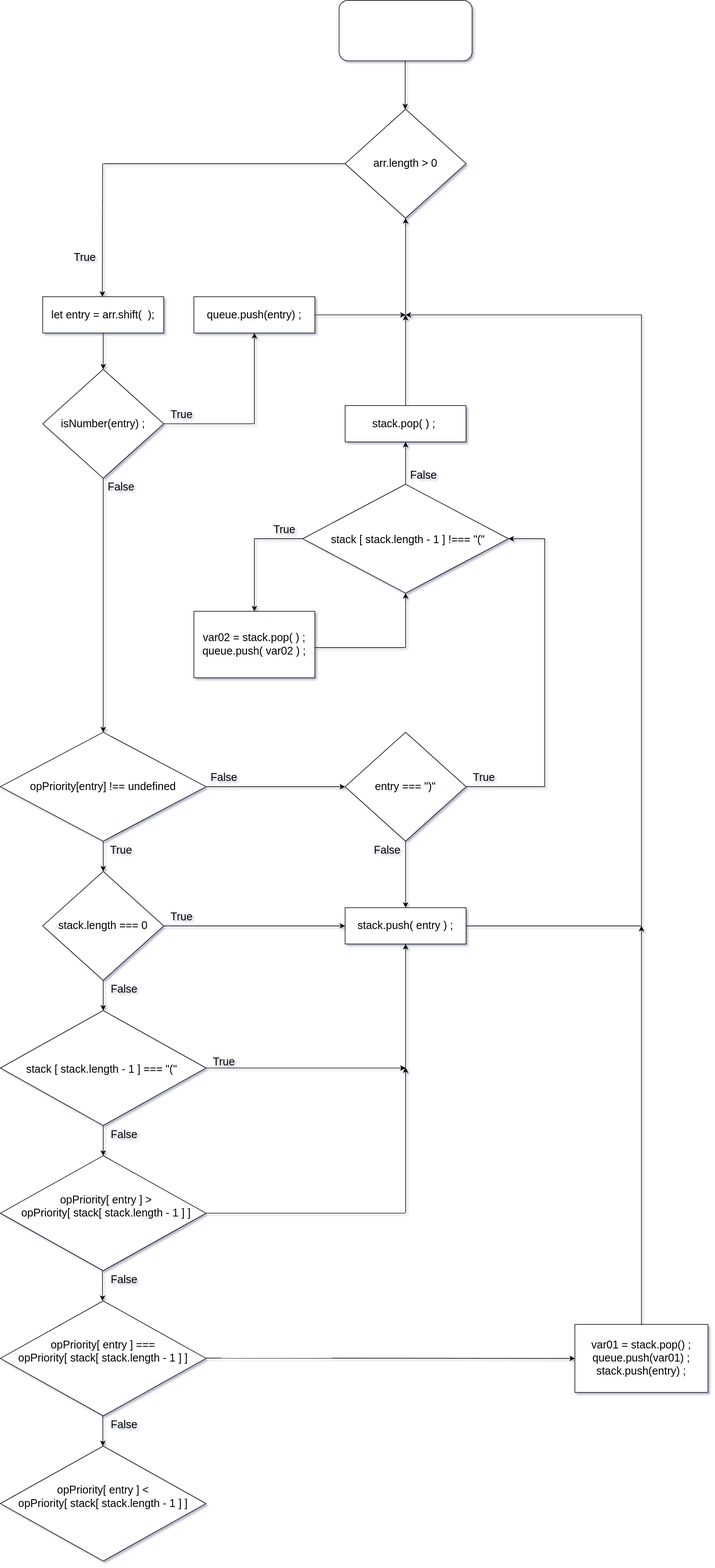
This is Untitled Diagram.drawio.svg from jcgm3205/jcgm3205, a draw.io export, as it was before one commit. Source tidied: cells renumbered, new cells last; positions are measured from the earlier drawing's top-left corner, leaving out a move shared by most shapes.
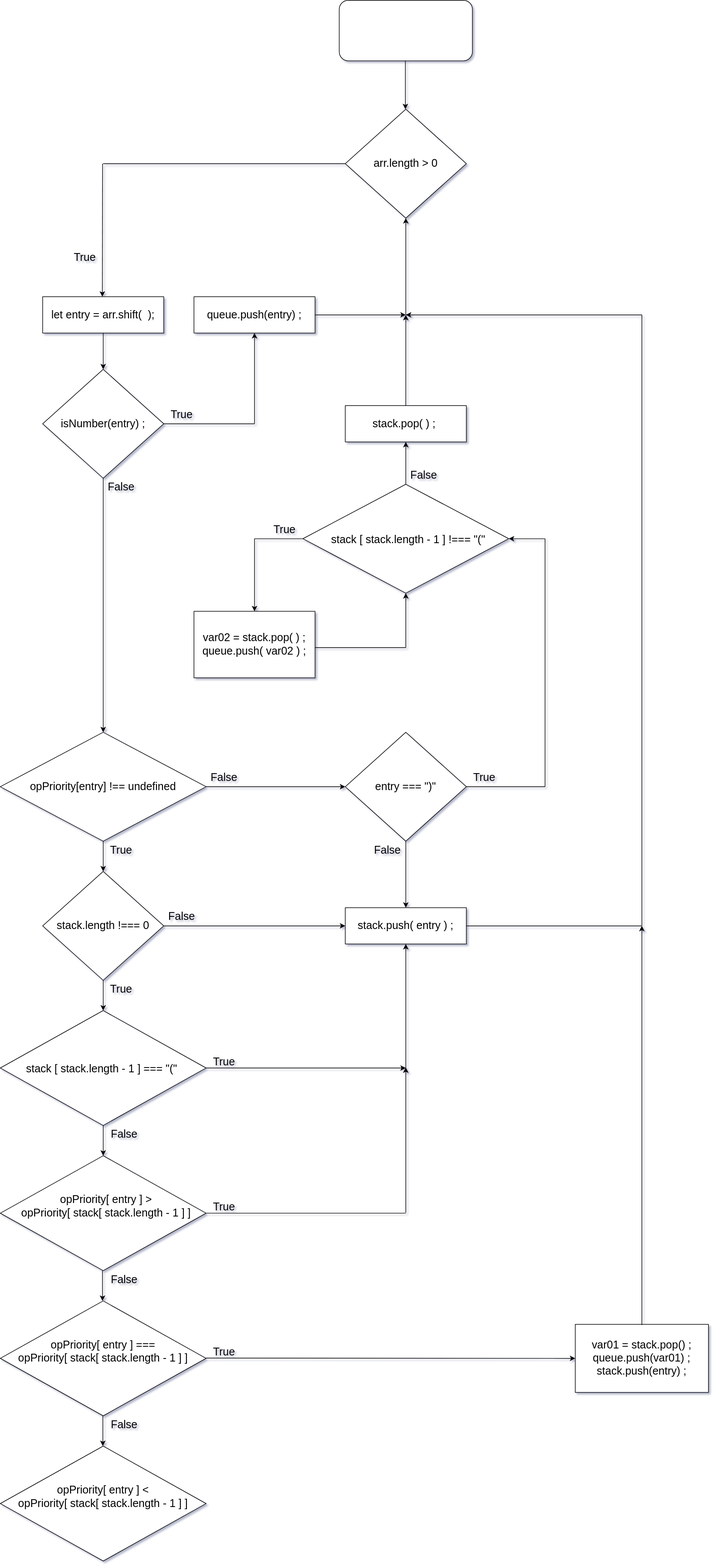
After the commit.

Diff of the diagram source:
```diff
@@ -189,7 +189,7 @@
     <mxCell id="48" style="rhombus;whiteSpace=wrap;html=1;fontSize=14;" parent="1" vertex="1">
       <mxGeometry x="70" y="1440" width="200" height="180" as="geometry" />
     </mxCell>
-    <mxCell id="49" value="stack.length === 0" style="text;html=1;strokeColor=none;fillColor=none;align=center;verticalAlign=middle;whiteSpace=wrap;rounded=0;fontSize=18;" parent="1" vertex="1">
+    <mxCell id="49" value="stack.length !=== 0" style="text;html=1;strokeColor=none;fillColor=none;align=center;verticalAlign=middle;whiteSpace=wrap;rounded=0;fontSize=18;" parent="1" vertex="1">
       <mxGeometry x="90" y="1480" width="160" height="100" as="geometry" />
     </mxCell>
     <mxCell id="50" value="stack.push( entry ) ;" style="rounded=0;whiteSpace=wrap;html=1;fontSize=18;strokeWidth=1;" parent="1" vertex="1">
@@ -211,9 +211,6 @@
     <mxCell id="54" value="False" style="text;html=1;strokeColor=none;fillColor=none;align=center;verticalAlign=middle;whiteSpace=wrap;rounded=0;fontSize=18;" parent="1" vertex="1">
       <mxGeometry x="610" y="1390" width="60" height="30" as="geometry" />
     </mxCell>
-    <mxCell id="55" value="True" style="text;html=1;strokeColor=none;fillColor=none;align=center;verticalAlign=middle;whiteSpace=wrap;rounded=0;fontSize=18;" parent="1" vertex="1">
-      <mxGeometry x="270" y="1500" width="60" height="30" as="geometry" />
-    </mxCell>
     <mxCell id="56" style="endArrow=none;html=1;rounded=0;fontSize=18;exitX=1;exitY=0.5;exitDx=0;exitDy=0;" parent="1" edge="1" source="50">
       <mxGeometry relative="1" as="geometry">
         <mxPoint x="1060" y="1530" as="targetPoint" />
@@ -239,9 +236,6 @@
     <mxCell id="60" style="rhombus;whiteSpace=wrap;html=1;fontSize=14;" parent="1" vertex="1">
       <mxGeometry y="1670" width="340" height="190" as="geometry" />
     </mxCell>
-    <mxCell id="61" value="False" style="text;html=1;strokeColor=none;fillColor=none;align=center;verticalAlign=middle;whiteSpace=wrap;rounded=0;fontSize=18;" parent="1" vertex="1">
-      <mxGeometry x="170" y="1620" width="70" height="30" as="geometry" />
-    </mxCell>
     <mxCell id="62" value="stack [ stack.length - 1 ] === &quot;(&quot;" style="text;whiteSpace=wrap;html=1;fontSize=18;" parent="1" vertex="1">
       <mxGeometry x="41" y="1750" width="270" height="40" as="geometry" />
     </mxCell>
@@ -332,5 +326,17 @@
         <mxPoint x="950" y="2245" as="targetPoint" />
       </mxGeometry>
     </mxCell>
+    <mxCell id="83" value="True" style="text;html=1;strokeColor=none;fillColor=none;align=center;verticalAlign=middle;whiteSpace=wrap;rounded=0;fontSize=18;" parent="1" vertex="1">
+      <mxGeometry x="170" y="1620" width="60" height="30" as="geometry" />
+    </mxCell>
+    <mxCell id="61" value="False" style="text;html=1;strokeColor=none;fillColor=none;align=center;verticalAlign=middle;whiteSpace=wrap;rounded=0;fontSize=18;" parent="1" vertex="1">
+      <mxGeometry x="270" y="1500" width="60" height="30" as="geometry" />
+    </mxCell>
+    <mxCell id="84" value="True" style="text;html=1;strokeColor=none;fillColor=none;align=center;verticalAlign=middle;whiteSpace=wrap;rounded=0;fontSize=18;" parent="1" vertex="1">
+      <mxGeometry x="340" y="1980" width="60" height="30" as="geometry" />
+    </mxCell>
+    <mxCell id="85" value="True" style="text;html=1;strokeColor=none;fillColor=none;align=center;verticalAlign=middle;whiteSpace=wrap;rounded=0;fontSize=18;" parent="1" vertex="1">
+      <mxGeometry x="340" y="2220" width="60" height="30" as="geometry" />
+    </mxCell>
   </root>
 </mxGraphModel>
```
